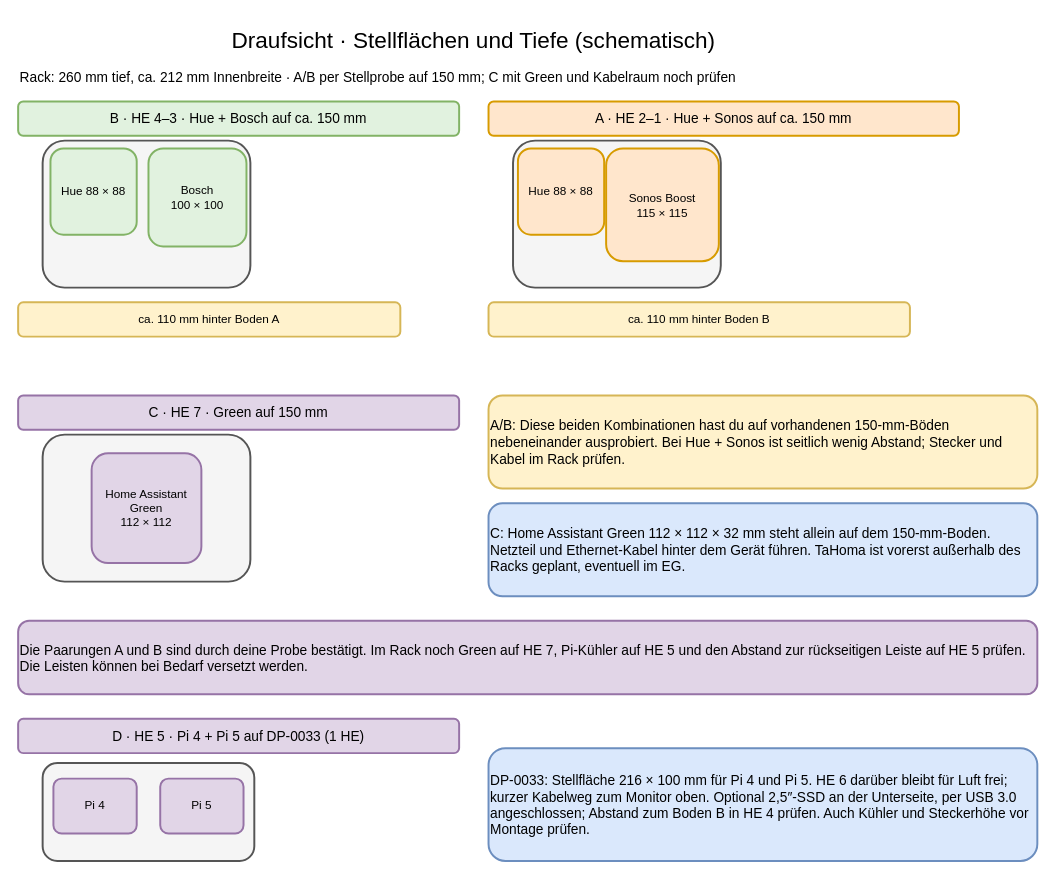
The draw.io diagram page "Fachböden – Draufsicht" (2 of 4) of 10-zoll-rack-planung.drawio in tiptronic/diagrams, before the edit. Source tidied: cells renumbered, new cells numbered last; positions are measured from the earlier drawing's top-left corner, leaving out a move shared by most shapes. Both pictures are drawn from the tidied source at 98%, with x=0, y=0 at pixel (18, 18).
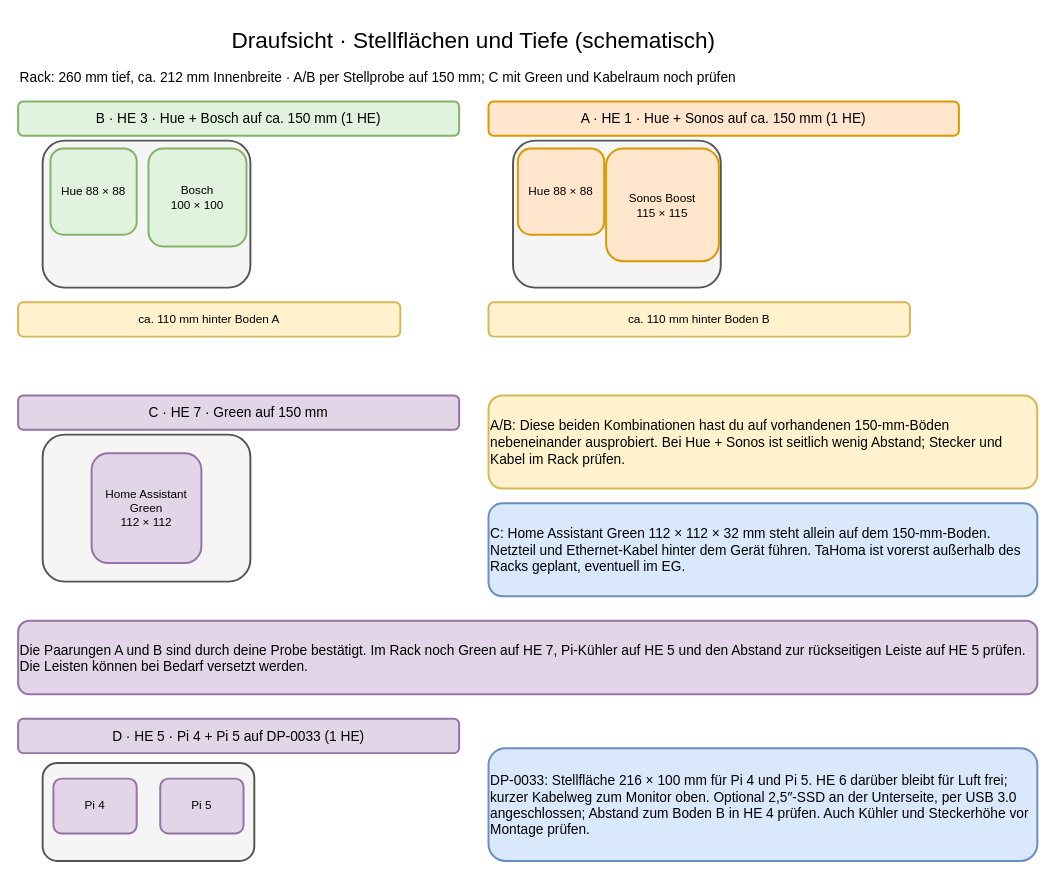
The same page after the edit.

What changed in the source:
```diff
@@
-    <mxCell id="4" value="B · HE 4–3 · Hue + Bosch auf ca. 150 mm" style="rounded=1;whiteSpace=wrap;html=1;align=center;verticalAlign=middle;strokeWidth=2;fontSize=14;fillColor=#e1f2df;strokeColor=#82b366;" parent="1" vertex="1">
+    <mxCell id="4" value="B · HE 3 · Hue + Bosch auf ca. 150 mm (1 HE)" style="rounded=1;whiteSpace=wrap;html=1;align=center;verticalAlign=middle;strokeWidth=2;fontSize=14;fillColor=#e1f2df;strokeColor=#82b366;" parent="1" vertex="1">
       <mxGeometry y="85" width="450" height="35" as="geometry" />
     </mxCell>
@@
-    <mxCell id="9" value="A · HE 2–1 · Hue + Sonos auf ca. 150 mm" style="rounded=1;whiteSpace=wrap;html=1;align=center;verticalAlign=middle;strokeWidth=2;fontSize=14;fillColor=#ffe6cc;strokeColor=#d79b00;" parent="1" vertex="1">
+    <mxCell id="9" value="A · HE 1 · Hue + Sonos auf ca. 150 mm (1 HE)" style="rounded=1;whiteSpace=wrap;html=1;align=center;verticalAlign=middle;strokeWidth=2;fontSize=14;fillColor=#ffe6cc;strokeColor=#d79b00;" parent="1" vertex="1">
       <mxGeometry x="480" y="85" width="480" height="35" as="geometry" />
     </mxCell>
```
